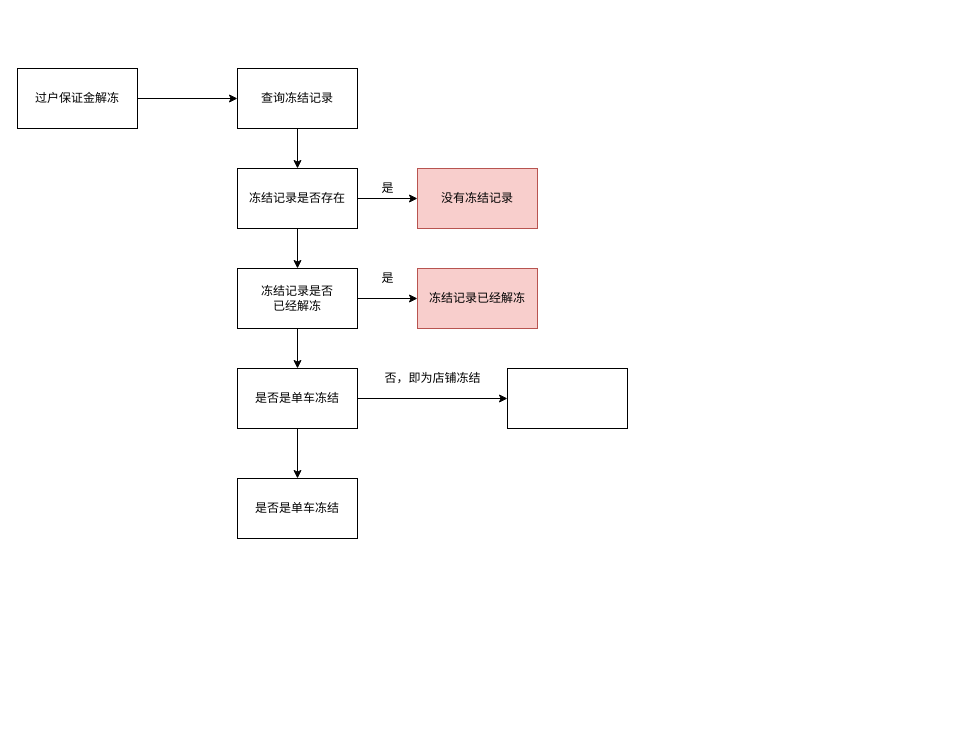
Above: trade-deposit/过户保证金解冻.drawio in erlieStar/diagrams (draw.io), before the change. Source tidied: cells renumbered, new cells numbered last; positions are measured from the earlier drawing's top-left corner, leaving out a move shared by most shapes. Both pictures are drawn from the tidied source at 100%, with x=0, y=0 at pixel (17, 68).
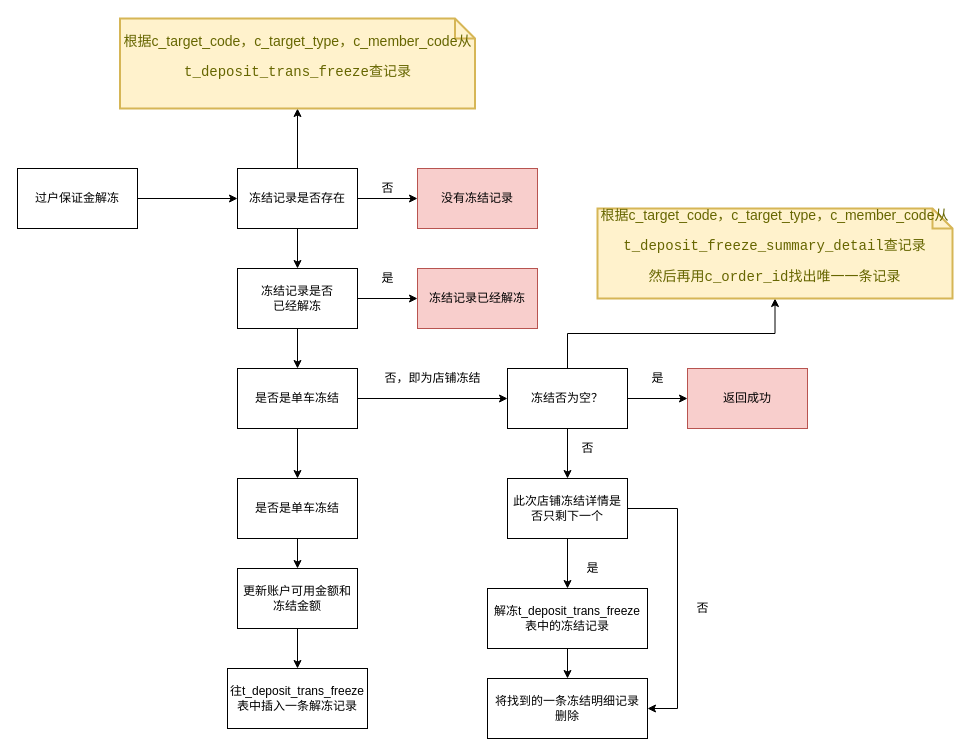
The same diagram, later.

Commit message:
Update 过户保证金解冻.drawio

The change refers to these unchanged cells:
```xml
<mxCell id="8" value="冻结记录是否存在" style="rounded=0;whiteSpace=wrap;html=1;" parent="1" vertex="1">
  <mxGeometry x="220" y="100" width="120" height="60" as="geometry" />
</mxCell>
<mxCell id="15" value="是否是单车冻结" style="rounded=0;whiteSpace=wrap;html=1;" parent="1" vertex="1">
  <mxGeometry x="220" y="410" width="120" height="60" as="geometry" />
</mxCell>
```

Change to the diagram source:
```diff
@@
-    <mxCell id="2" style="edgeStyle=orthogonalEdgeStyle;rounded=0;jettySize=auto;html=1;exitX=1;exitY=0.5;exitDx=0;exitDy=0;entryX=0;entryY=0.5;entryDx=0;entryDy=0;" parent="1" edge="1" source="3" target="5">
-      <mxGeometry relative="1" as="geometry" />
-    </mxCell>
+    <mxCell id="22" style="edgeStyle=none;rounded=0;jettySize=auto;html=1;exitX=1;exitY=0.5;exitDx=0;exitDy=0;entryX=0;entryY=0.5;entryDx=0;entryDy=0;endArrow=classic;endFill=1;" parent="1" edge="1" source="3" target="8">
+      <mxGeometry relative="1" as="geometry" />
+    </mxCell>
     <mxCell id="3" value="过户保证金解冻" style="rounded=0;whiteSpace=wrap;html=1;" parent="1" vertex="1">
-      <mxGeometry width="120" height="60" as="geometry" />
+      <mxGeometry y="100" width="120" height="60" as="geometry" />
     </mxCell>
-    <mxCell id="4" style="edgeStyle=orthogonalEdgeStyle;rounded=0;jettySize=auto;html=1;entryX=0.5;entryY=0;entryDx=0;entryDy=0;" parent="1" edge="1" source="5" target="8">
-      <mxGeometry relative="1" as="geometry" />
-    </mxCell>
-    <mxCell id="5" value="查询冻结记录" style="rounded=0;whiteSpace=wrap;html=1;" parent="1" vertex="1">
-      <mxGeometry x="220" width="120" height="60" as="geometry" />
-    </mxCell>
@@
+    <mxCell id="23" style="edgeStyle=orthogonalEdgeStyle;rounded=0;jettySize=auto;html=1;exitX=0.5;exitY=0;exitDx=0;exitDy=0;entryX=0.5;entryY=1;entryDx=0;entryDy=0;entryPerimeter=0;endArrow=classic;endFill=1;" parent="1" edge="1" source="8" target="43">
+      <mxGeometry relative="1" as="geometry" />
+    </mxCell>
@@
+    <mxCell id="24" style="edgeStyle=none;rounded=0;jettySize=auto;html=1;exitX=0.5;exitY=1;exitDx=0;exitDy=0;entryX=0.5;entryY=0;entryDx=0;entryDy=0;endArrow=classic;endFill=1;" parent="1" edge="1" source="15" target="29">
+      <mxGeometry relative="1" as="geometry" />
+    </mxCell>
@@
+    <mxCell id="25" style="edgeStyle=none;rounded=0;jettySize=auto;html=1;exitX=1;exitY=0.5;exitDx=0;exitDy=0;entryX=0;entryY=0.5;entryDx=0;entryDy=0;endArrow=classic;endFill=1;" parent="1" edge="1" source="16" target="31">
+      <mxGeometry relative="1" as="geometry" />
+    </mxCell>
+    <mxCell id="26" style="edgeStyle=none;rounded=0;jettySize=auto;html=1;endArrow=classic;endFill=1;" parent="1" edge="1" source="16" target="35">
+      <mxGeometry relative="1" as="geometry" />
+    </mxCell>
+    <mxCell id="27" style="edgeStyle=orthogonalEdgeStyle;rounded=0;jettySize=auto;html=1;exitX=0.5;exitY=0;exitDx=0;exitDy=0;endArrow=classic;endFill=1;" parent="1" edge="1" source="16" target="42">
+      <mxGeometry relative="1" as="geometry" />
+    </mxCell>
-    <mxCell id="16" style="rounded=0;whiteSpace=wrap;html=1;" parent="1" vertex="1">
+    <mxCell id="16" value="冻结否为空？" style="rounded=0;whiteSpace=wrap;html=1;" parent="1" vertex="1">
       <mxGeometry x="490" y="300" width="120" height="60" as="geometry" />
     </mxCell>
@@
-    <mxCell id="20" value="是" style="text;html=1;align=center;verticalAlign=middle;strokeColor=none;fillColor=none;" parent="1" vertex="1">
+    <mxCell id="20" value="否" style="text;html=1;align=center;verticalAlign=middle;strokeColor=none;fillColor=none;" parent="1" vertex="1">
       <mxGeometry x="355" y="110" width="30" height="20" as="geometry" />
     </mxCell>
@@
+    <mxCell id="28" style="edgeStyle=none;rounded=0;jettySize=auto;html=1;exitX=0.5;exitY=1;exitDx=0;exitDy=0;entryX=0.5;entryY=0;entryDx=0;entryDy=0;endArrow=classic;endFill=1;" parent="1" edge="1" source="29" target="30">
+      <mxGeometry relative="1" as="geometry" />
+    </mxCell>
+    <mxCell id="29" value="更新账户可用金额和冻结金额" style="rounded=0;whiteSpace=wrap;html=1;" parent="1" vertex="1">
+      <mxGeometry x="220" y="500" width="120" height="60" as="geometry" />
+    </mxCell>
+    <mxCell id="30" value="往t_deposit_trans_freeze表中插入一条解冻记录" style="rounded=0;whiteSpace=wrap;html=1;" parent="1" vertex="1">
+      <mxGeometry x="210" y="600" width="140" height="60" as="geometry" />
+    </mxCell>
+    <mxCell id="31" value="返回成功" style="rounded=0;whiteSpace=wrap;html=1;fillColor=#f8cecc;strokeColor=#b85450;" parent="1" vertex="1">
+      <mxGeometry x="670" y="300" width="120" height="60" as="geometry" />
+    </mxCell>
+    <mxCell id="32" value="是" style="text;html=1;align=center;verticalAlign=middle;strokeColor=none;fillColor=none;" parent="1" vertex="1">
+      <mxGeometry x="625" y="300" width="30" height="20" as="geometry" />
+    </mxCell>
+    <mxCell id="33" style="edgeStyle=none;rounded=0;jettySize=auto;html=1;exitX=0.5;exitY=1;exitDx=0;exitDy=0;entryX=0.5;entryY=0;entryDx=0;entryDy=0;endArrow=classic;endFill=1;" parent="1" edge="1" source="35" target="37">
+      <mxGeometry relative="1" as="geometry" />
+    </mxCell>
+    <mxCell id="34" style="edgeStyle=orthogonalEdgeStyle;rounded=0;jettySize=auto;html=1;exitX=1;exitY=0.5;exitDx=0;exitDy=0;entryX=1;entryY=0.5;entryDx=0;entryDy=0;endArrow=classic;endFill=1;" parent="1" edge="1" source="35" target="39">
+      <mxGeometry relative="1" as="geometry">
+        <Array as="points">
+          <mxPoint x="660" y="440" />
+          <mxPoint x="660" y="640" />
+        </Array>
+      </mxGeometry>
+    </mxCell>
+    <mxCell id="35" value="此次店铺冻结详情是否只剩下一个" style="rounded=0;whiteSpace=wrap;html=1;" parent="1" vertex="1">
+      <mxGeometry x="490" y="410" width="120" height="60" as="geometry" />
+    </mxCell>
+    <mxCell id="36" style="edgeStyle=none;rounded=0;jettySize=auto;html=1;exitX=0.5;exitY=1;exitDx=0;exitDy=0;entryX=0.5;entryY=0;entryDx=0;entryDy=0;endArrow=classic;endFill=1;" parent="1" edge="1" source="37" target="39">
+      <mxGeometry relative="1" as="geometry" />
+    </mxCell>
+    <mxCell id="37" value="解冻t_deposit_trans_freeze表中的冻结记录" style="rounded=0;whiteSpace=wrap;html=1;" parent="1" vertex="1">
+      <mxGeometry x="470" y="520" width="160" height="60" as="geometry" />
+    </mxCell>
+    <mxCell id="38" value="是" style="text;html=1;align=center;verticalAlign=middle;strokeColor=none;fillColor=none;" parent="1" vertex="1">
+      <mxGeometry x="560" y="490" width="30" height="20" as="geometry" />
+    </mxCell>
+    <mxCell id="39" value="将找到的一条冻结明细记录&lt;br&gt;删除" style="rounded=0;whiteSpace=wrap;html=1;" parent="1" vertex="1">
+      <mxGeometry x="470" y="610" width="160" height="60" as="geometry" />
+    </mxCell>
+    <mxCell id="40" value="否" style="text;html=1;align=center;verticalAlign=middle;strokeColor=none;fillColor=none;" parent="1" vertex="1">
+      <mxGeometry x="555" y="370" width="30" height="20" as="geometry" />
+    </mxCell>
+    <mxCell id="41" value="否" style="text;html=1;align=center;verticalAlign=middle;strokeColor=none;fillColor=none;" parent="1" vertex="1">
+      <mxGeometry x="670" y="530" width="30" height="20" as="geometry" />
+    </mxCell>
+    <mxCell id="42" value="根据c_target_code，c_target_type，c_member_code从&lt;br&gt;&lt;pre&gt;t_deposit_freeze_summary_detail查记录&lt;/pre&gt;&lt;pre&gt;然后再用c_order_id找出唯一一条记录&lt;/pre&gt;" style="shape=note;strokeWidth=2;fontSize=14;size=20;whiteSpace=wrap;html=1;fillColor=#fff2cc;strokeColor=#d6b656;fontColor=#666600;" parent="1" vertex="1">
+      <mxGeometry x="580" y="140" width="355" height="90" as="geometry" />
+    </mxCell>
+    <mxCell id="43" value="根据c_target_code，c_target_type，c_member_code从&lt;br&gt;&lt;pre&gt;t_deposit_trans_freeze查记录&lt;/pre&gt;" style="shape=note;strokeWidth=2;fontSize=14;size=20;whiteSpace=wrap;html=1;fillColor=#fff2cc;strokeColor=#d6b656;fontColor=#666600;" parent="1" vertex="1">
+      <mxGeometry x="102.5" y="-50" width="355" height="90" as="geometry" />
+    </mxCell>
```
